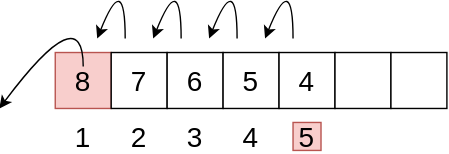
Earlier version of the draw.io export Explainers/ArrayRemovedBeginning.svg (RamseyNjire/coding-challenges-solved-and-explained). Source tidied: cells renumbered, new cells last; positions are measured from the earlier drawing's top-left corner, leaving out a move shared by most shapes.
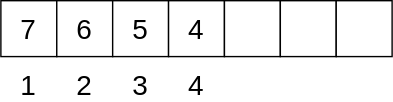
Later version of the same file.

The edit, as a diff of the source:
```diff
@@ -2,7 +2,7 @@
   <root>
     <mxCell id="0" />
     <mxCell id="1" parent="0" />
-    <mxCell id="2" style="whiteSpace=wrap;html=1;fillColor=#f8cecc;strokeColor=#b85450;" parent="1" vertex="1">
+    <mxCell id="2" style="whiteSpace=wrap;html=1;" parent="1" vertex="1">
       <mxGeometry x="40" y="60" width="40" height="40" as="geometry" />
     </mxCell>
     <mxCell id="3" style="whiteSpace=wrap;html=1;" parent="1" vertex="1">
@@ -21,29 +21,20 @@
       <mxGeometry x="240" y="60" width="40" height="40" as="geometry" />
     </mxCell>
     <mxCell id="8" value="7" style="text;html=1;strokeColor=none;fillColor=none;align=center;verticalAlign=middle;whiteSpace=wrap;rounded=0;fontSize=20;" parent="1" vertex="1">
-      <mxGeometry x="90" y="70" width="20" height="20" as="geometry" />
+      <mxGeometry x="50" y="70" width="20" height="20" as="geometry" />
     </mxCell>
     <mxCell id="9" style="whiteSpace=wrap;html=1;" parent="1" vertex="1">
       <mxGeometry x="280" y="60" width="40" height="40" as="geometry" />
     </mxCell>
     <mxCell id="10" value="6" style="text;html=1;strokeColor=none;fillColor=none;align=center;verticalAlign=middle;whiteSpace=wrap;rounded=0;fontSize=20;" parent="1" vertex="1">
-      <mxGeometry x="130" y="70" width="20" height="20" as="geometry" />
+      <mxGeometry x="90" y="70" width="20" height="20" as="geometry" />
     </mxCell>
     <mxCell id="11" value="5" style="text;html=1;strokeColor=none;fillColor=none;align=center;verticalAlign=middle;whiteSpace=wrap;rounded=0;fontSize=20;" parent="1" vertex="1">
-      <mxGeometry x="170" y="70" width="20" height="20" as="geometry" />
+      <mxGeometry x="130" y="70" width="20" height="20" as="geometry" />
     </mxCell>
     <mxCell id="12" value="4" style="text;html=1;strokeColor=none;fillColor=none;align=center;verticalAlign=middle;whiteSpace=wrap;rounded=0;fontSize=20;" parent="1" vertex="1">
-      <mxGeometry x="210" y="70" width="20" height="20" as="geometry" />
+      <mxGeometry x="170" y="70" width="20" height="20" as="geometry" />
     </mxCell>
-    <mxCell id="13" style="curved=1;endArrow=classic;html=1;" parent="1" edge="1">
-      <mxGeometry relative="1" as="geometry">
-        <mxPoint x="170" y="50" as="sourcePoint" />
-        <mxPoint x="150" y="50" as="targetPoint" />
-        <Array as="points">
-          <mxPoint x="170" />
-        </Array>
-      </mxGeometry>
-    </mxCell>
     <mxCell id="14" value="1" style="text;html=1;strokeColor=none;fillColor=none;align=center;verticalAlign=middle;whiteSpace=wrap;rounded=0;fontSize=20;" parent="1" vertex="1">
       <mxGeometry x="50" y="110" width="20" height="20" as="geometry" />
     </mxCell>
@@ -56,47 +47,5 @@
     <mxCell id="17" value="4" style="text;html=1;strokeColor=none;fillColor=none;align=center;verticalAlign=middle;whiteSpace=wrap;rounded=0;fontSize=20;" parent="1" vertex="1">
       <mxGeometry x="170" y="110" width="20" height="20" as="geometry" />
     </mxCell>
-    <mxCell id="18" value="8" style="text;html=1;strokeColor=none;fillColor=none;align=center;verticalAlign=middle;whiteSpace=wrap;rounded=0;fontSize=20;" parent="1" vertex="1">
-      <mxGeometry x="50" y="70" width="20" height="20" as="geometry" />
-    </mxCell>
-    <mxCell id="19" value="5" style="text;html=1;strokeColor=#b85450;fillColor=#f8cecc;align=center;verticalAlign=middle;whiteSpace=wrap;rounded=0;fontSize=20;" parent="1" vertex="1">
-      <mxGeometry x="210" y="110" width="20" height="20" as="geometry" />
-    </mxCell>
-    <mxCell id="20" style="curved=1;endArrow=classic;html=1;" parent="1" edge="1">
-      <mxGeometry relative="1" as="geometry">
-        <mxPoint x="60" y="70" as="sourcePoint" />
-        <mxPoint y="100" as="targetPoint" />
-        <Array as="points">
-          <mxPoint x="60" y="20" />
-        </Array>
-      </mxGeometry>
-    </mxCell>
-    <mxCell id="21" style="curved=1;endArrow=classic;html=1;" parent="1" edge="1">
-      <mxGeometry relative="1" as="geometry">
-        <mxPoint x="210" y="50" as="sourcePoint" />
-        <mxPoint x="190" y="50" as="targetPoint" />
-        <Array as="points">
-          <mxPoint x="210" />
-        </Array>
-      </mxGeometry>
-    </mxCell>
-    <mxCell id="22" style="curved=1;endArrow=classic;html=1;" parent="1" edge="1">
-      <mxGeometry relative="1" as="geometry">
-        <mxPoint x="130" y="50" as="sourcePoint" />
-        <mxPoint x="110" y="50" as="targetPoint" />
-        <Array as="points">
-          <mxPoint x="130" />
-        </Array>
-      </mxGeometry>
-    </mxCell>
-    <mxCell id="23" style="curved=1;endArrow=classic;html=1;" parent="1" edge="1">
-      <mxGeometry relative="1" as="geometry">
-        <mxPoint x="90" y="50" as="sourcePoint" />
-        <mxPoint x="70" y="50" as="targetPoint" />
-        <Array as="points">
-          <mxPoint x="90" />
-        </Array>
-      </mxGeometry>
-    </mxCell>
   </root>
 </mxGraphModel>
```
